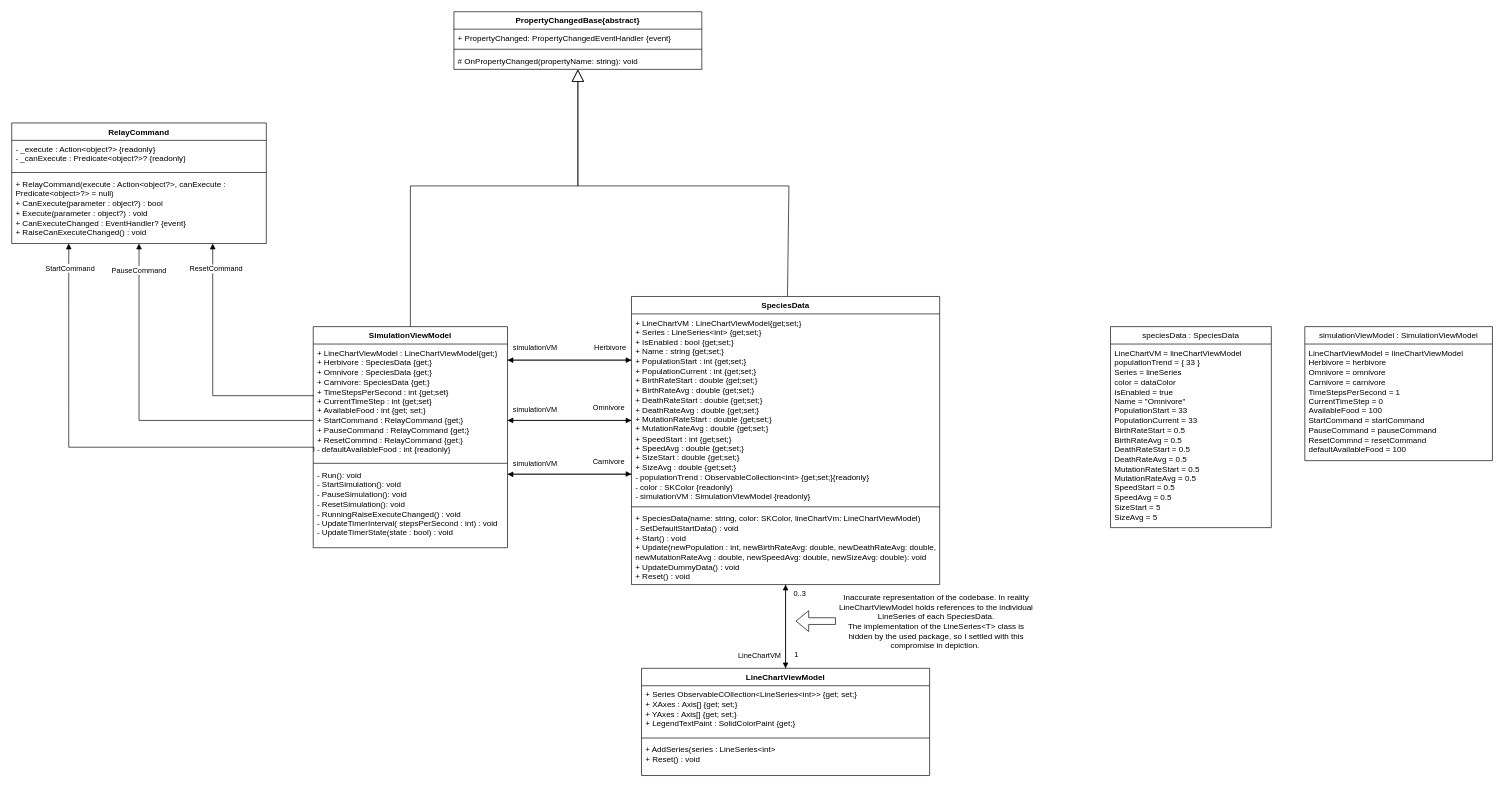
Arv1u/natural-selection-sim keeps this draw.io diagram as docs/diagrams/Natural Selection Sim Class Diagram MVP.drawio. Above is the earlier version. Source tidied: cells renumbered, new cells numbered last; positions are measured from the earlier drawing's top-left corner, leaving out a move shared by most shapes. Both pictures are drawn from the tidied source at 67%, with x=0, y=0 at pixel (11, 11).
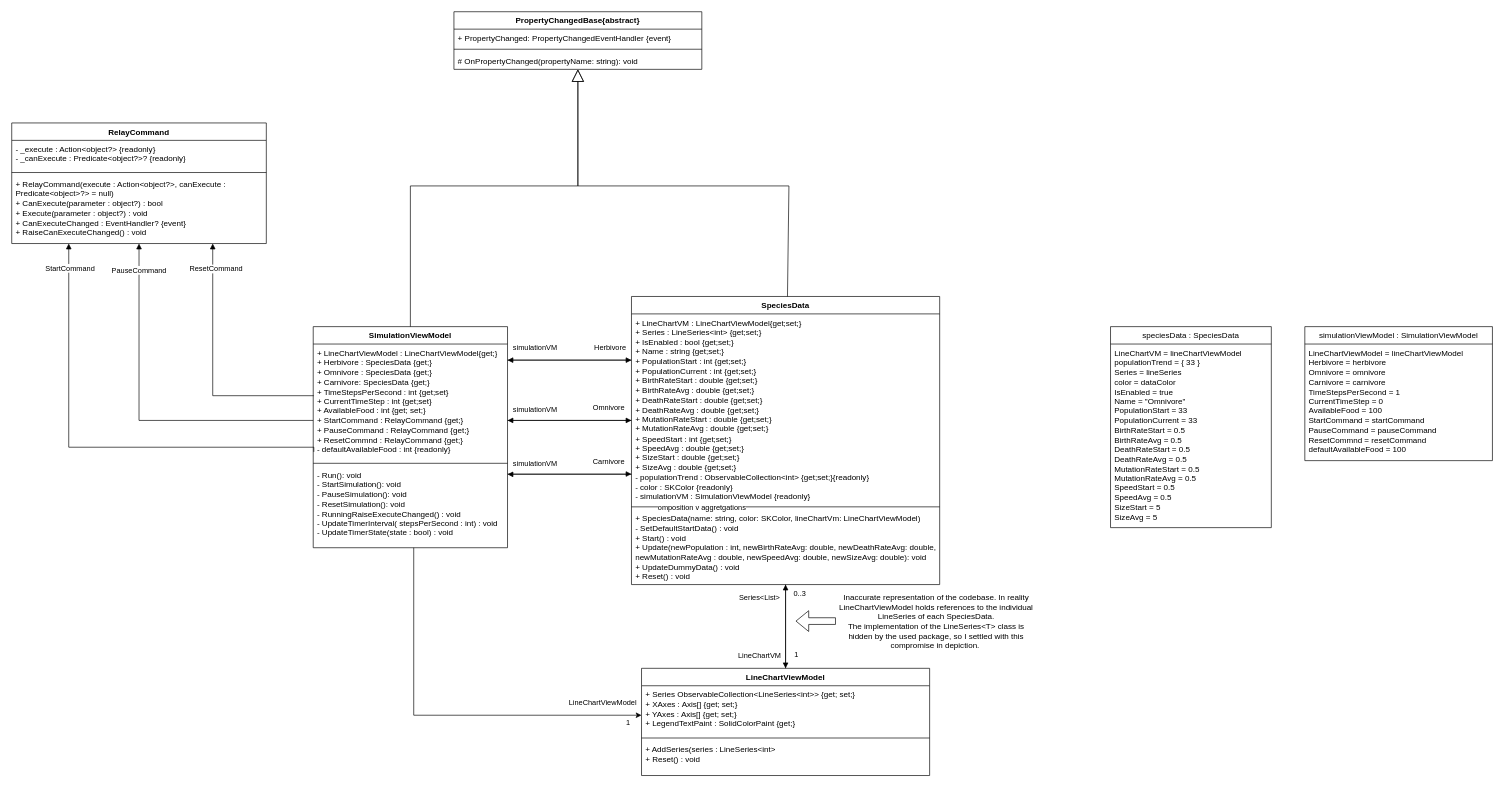
The same diagram, later.

The change refers to these unchanged cells:
```xml
<mxCell id="2" value="SimulationViewModel" style="swimlane;fontStyle=1;align=center;verticalAlign=top;horizontal=1;startSize=26;whiteSpace=wrap;html=1;" parent="1" vertex="1">
  <mxGeometry x="450" y="470" width="290" height="330" as="geometry" />
</mxCell>
<mxCell id="14" value="LineChartViewModel" style="swimlane;fontStyle=1;align=center;verticalAlign=top;horizontal=1;startSize=26;whiteSpace=wrap;html=1;" parent="1" vertex="1">
  <mxGeometry x="940" y="980" width="430" height="160" as="geometry" />
</mxCell>
<mxCell id="50" style="endArrow=block;endFill=1;html=1;edgeStyle=orthogonalEdgeStyle;align=left;verticalAlign=top;rounded=0;" parent="1" edge="1" source="10" target="14">
  <mxGeometry x="-1" relative="1" as="geometry" />
</mxCell>
```

Diff of the diagram source:
```diff
@@
-    <mxCell id="15" value="&lt;div&gt;+ Series ObservableCOllection&amp;lt;LineSeries&amp;lt;int&amp;gt;&amp;gt; {get; set;}&lt;/div&gt;&lt;div&gt;+ XAxes : Axis[] {get; set;}&lt;/div&gt;&lt;div&gt;+ YAxes : Axis[] {get; set;}&lt;/div&gt;+ LegendTextPaint : SolidColorPaint {get;}" style="text;strokeColor=none;fillColor=none;align=left;verticalAlign=top;spacingLeft=4;spacingRight=4;overflow=hidden;whiteSpace=wrap;html=1;" parent="14" vertex="1">
+    <mxCell id="15" value="&lt;div&gt;+ Series ObservableCollection&amp;lt;LineSeries&amp;lt;int&amp;gt;&amp;gt; {get; set;}&lt;/div&gt;&lt;div&gt;+ XAxes : Axis[] {get; set;}&lt;/div&gt;&lt;div&gt;+ YAxes : Axis[] {get; set;}&lt;/div&gt;+ LegendTextPaint : SolidColorPaint {get;}" style="text;strokeColor=none;fillColor=none;align=left;verticalAlign=top;spacingLeft=4;spacingRight=4;overflow=hidden;whiteSpace=wrap;html=1;" parent="14" vertex="1">
       <mxGeometry y="26" width="430" height="74" as="geometry" />
     </mxCell>
@@
+    <mxCell id="53" value="Series&amp;lt;List&amp;gt;" style="edgeLabel;html=1;align=center;verticalAlign=middle;" parent="50" vertex="1">
+      <mxGeometry x="-0.7" y="3" relative="1" as="geometry">
+        <mxPoint x="-43" as="offset" />
+      </mxGeometry>
+    </mxCell>
+    <mxCell id="54" value="omposition v aggretgations" style="edgeStyle=none;orthogonalLoop=1;jettySize=auto;html=1;rounded=0;" parent="1" edge="1">
+      <mxGeometry relative="1" as="geometry">
+        <mxPoint x="990" y="740" as="sourcePoint" />
+        <mxPoint x="1070" y="740" as="targetPoint" />
+      </mxGeometry>
+    </mxCell>
+    <mxCell id="55" style="edgeStyle=orthogonalEdgeStyle;rounded=0;jettySize=auto;html=1;" parent="1" edge="1" source="2" target="14">
+      <mxGeometry relative="1" as="geometry">
+        <Array as="points">
+          <mxPoint x="600" y="1050" />
+        </Array>
+      </mxGeometry>
+    </mxCell>
+    <mxCell id="56" value="LineChartViewModel" style="edgeLabel;html=1;align=center;verticalAlign=middle;" parent="55" vertex="1">
+      <mxGeometry x="0.83" relative="1" as="geometry">
+        <mxPoint x="-9" y="-20" as="offset" />
+      </mxGeometry>
+    </mxCell>
+    <mxCell id="57" value="1" style="edgeLabel;html=1;align=center;verticalAlign=middle;" parent="55" vertex="1">
+      <mxGeometry x="0.93" y="-2" relative="1" as="geometry">
+        <mxPoint y="8" as="offset" />
+      </mxGeometry>
+    </mxCell>
```
